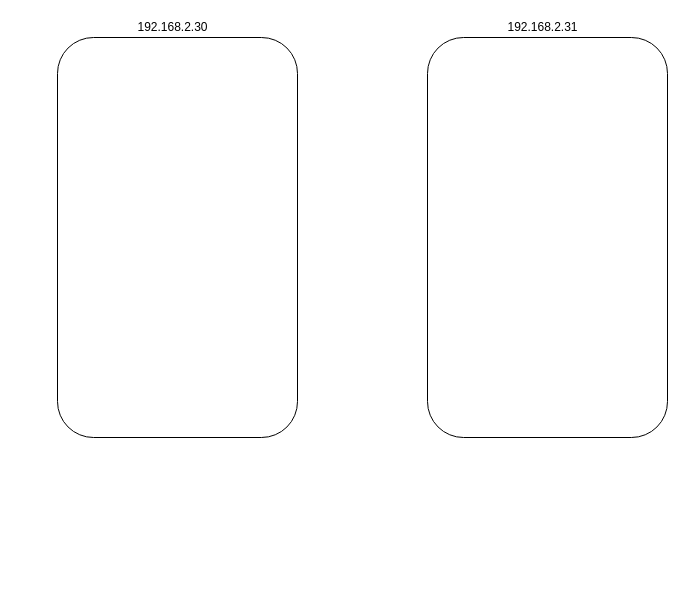
This is 未命名绘图.drawio from a2398936046/test, a draw.io file, before an edit. Source tidied: cells renumbered, new cells numbered last; positions are measured from the earlier drawing's top-left corner, leaving out a move shared by most shapes. Both pictures are drawn from the tidied source at 100%, with x=0, y=0 at pixel (57, 17).
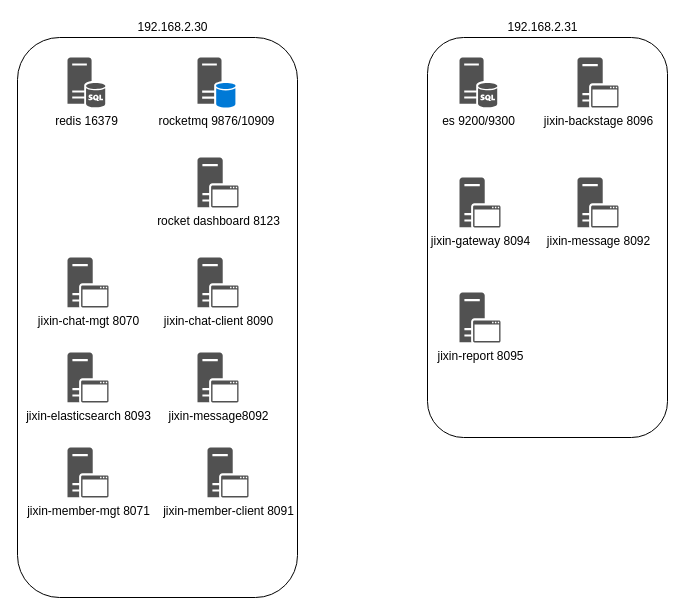
The same page after the edit.

Commit message:
更新未命名绘图.drawio

Diff of the diagram source:
```diff
@@
 <mxGraphModel>
   <root>
     <mxCell id="0" />
     <mxCell id="1" parent="0" />
     <mxCell id="2" style="rounded=1;whiteSpace=wrap;html=1;" parent="1" vertex="1">
-      <mxGeometry y="20" width="240" height="400" as="geometry" />
+      <mxGeometry x="-40" y="20" width="280" height="560" as="geometry" />
     </mxCell>
     <mxCell id="3" value="192.168.2.30" style="text;html=1;align=center;verticalAlign=middle;strokeColor=none;fillColor=none;" parent="1" vertex="1">
       <mxGeometry x="70" width="90" height="20" as="geometry" />
     </mxCell>
     <mxCell id="4" style="rounded=1;whiteSpace=wrap;html=1;" parent="1" vertex="1">
       <mxGeometry x="370" y="20" width="240" height="400" as="geometry" />
     </mxCell>
     <mxCell id="5" value="192.168.2.31" style="text;html=1;align=center;verticalAlign=middle;strokeColor=none;fillColor=none;" parent="1" vertex="1">
       <mxGeometry x="440" width="90" height="20" as="geometry" />
     </mxCell>
+    <mxCell id="6" value="redis 16379" style="sketch=0;shadow=0;dashed=0;html=1;strokeColor=none;labelPosition=center;verticalLabelPosition=bottom;verticalAlign=top;align=center;fillColor=#515151;shape=mxgraph.mscae.system_center.central_administration_site_sql;" parent="1" vertex="1">
+      <mxGeometry x="10" y="40" width="38" height="50" as="geometry" />
+    </mxCell>
+    <mxCell id="7" value="es 9200/9300" style="sketch=0;shadow=0;dashed=0;html=1;strokeColor=none;labelPosition=center;verticalLabelPosition=bottom;verticalAlign=top;align=center;fillColor=#515151;shape=mxgraph.mscae.system_center.central_administration_site_sql;" parent="1" vertex="1">
+      <mxGeometry x="402" y="40" width="38" height="50" as="geometry" />
+    </mxCell>
+    <mxCell id="8" value="rocketmq 9876/10909" style="sketch=0;shadow=0;dashed=0;html=1;strokeColor=none;labelPosition=center;verticalLabelPosition=bottom;verticalAlign=top;align=center;fillColor=#515151;shape=mxgraph.mscae.system_center.primary_site;" parent="1" vertex="1">
+      <mxGeometry x="140" y="40" width="38" height="50" as="geometry" />
+    </mxCell>
+    <mxCell id="9" value="rocket dashboard 8123&lt;br&gt;" style="sketch=0;shadow=0;dashed=0;html=1;strokeColor=none;labelPosition=center;verticalLabelPosition=bottom;verticalAlign=top;align=center;fillColor=#515151;shape=mxgraph.mscae.system_center.secondary_site;" parent="1" vertex="1">
+      <mxGeometry x="140" y="140" width="41" height="50" as="geometry" />
+    </mxCell>
+    <mxCell id="10" value="jixin-chat-client&amp;nbsp;8090" style="sketch=0;shadow=0;dashed=0;html=1;strokeColor=none;labelPosition=center;verticalLabelPosition=bottom;verticalAlign=top;align=center;fillColor=#515151;shape=mxgraph.mscae.system_center.secondary_site;" parent="1" vertex="1">
+      <mxGeometry x="140" y="240" width="41" height="50" as="geometry" />
+    </mxCell>
+    <mxCell id="11" value="jixin-chat-mgt&amp;nbsp;8070" style="sketch=0;shadow=0;dashed=0;html=1;strokeColor=none;labelPosition=center;verticalLabelPosition=bottom;verticalAlign=top;align=center;fillColor=#515151;shape=mxgraph.mscae.system_center.secondary_site;" parent="1" vertex="1">
+      <mxGeometry x="10" y="240" width="41" height="50" as="geometry" />
+    </mxCell>
+    <mxCell id="12" value="jixin-elasticsearch&amp;nbsp;8093" style="sketch=0;shadow=0;dashed=0;html=1;strokeColor=none;labelPosition=center;verticalLabelPosition=bottom;verticalAlign=top;align=center;fillColor=#515151;shape=mxgraph.mscae.system_center.secondary_site;" parent="1" vertex="1">
+      <mxGeometry x="10" y="335" width="41" height="50" as="geometry" />
+    </mxCell>
+    <mxCell id="13" value="jixin-member-client&amp;nbsp;8091" style="sketch=0;shadow=0;dashed=0;html=1;strokeColor=none;labelPosition=center;verticalLabelPosition=bottom;verticalAlign=top;align=center;fillColor=#515151;shape=mxgraph.mscae.system_center.secondary_site;" parent="1" vertex="1">
+      <mxGeometry x="150" y="430" width="41" height="50" as="geometry" />
+    </mxCell>
+    <mxCell id="14" value="jixin-member-mgt&amp;nbsp;8071" style="sketch=0;shadow=0;dashed=0;html=1;strokeColor=none;labelPosition=center;verticalLabelPosition=bottom;verticalAlign=top;align=center;fillColor=#515151;shape=mxgraph.mscae.system_center.secondary_site;" parent="1" vertex="1">
+      <mxGeometry x="10" y="430" width="41" height="50" as="geometry" />
+    </mxCell>
+    <mxCell id="15" value="jixin-message8092" style="sketch=0;shadow=0;dashed=0;html=1;strokeColor=none;labelPosition=center;verticalLabelPosition=bottom;verticalAlign=top;align=center;fillColor=#515151;shape=mxgraph.mscae.system_center.secondary_site;" parent="1" vertex="1">
+      <mxGeometry x="140" y="335" width="41" height="50" as="geometry" />
+    </mxCell>
+    <mxCell id="16" value="jixin-backstage 8096" style="sketch=0;shadow=0;dashed=0;html=1;strokeColor=none;labelPosition=center;verticalLabelPosition=bottom;verticalAlign=top;align=center;fillColor=#515151;shape=mxgraph.mscae.system_center.secondary_site;" parent="1" vertex="1">
+      <mxGeometry x="520" y="40" width="41" height="50" as="geometry" />
+    </mxCell>
+    <mxCell id="17" value="jixin-gateway 8094" style="sketch=0;shadow=0;dashed=0;html=1;strokeColor=none;labelPosition=center;verticalLabelPosition=bottom;verticalAlign=top;align=center;fillColor=#515151;shape=mxgraph.mscae.system_center.secondary_site;" parent="1" vertex="1">
+      <mxGeometry x="402" y="160" width="41" height="50" as="geometry" />
+    </mxCell>
+    <mxCell id="18" value="jixin-message&amp;nbsp;8092" style="sketch=0;shadow=0;dashed=0;html=1;strokeColor=none;labelPosition=center;verticalLabelPosition=bottom;verticalAlign=top;align=center;fillColor=#515151;shape=mxgraph.mscae.system_center.secondary_site;" parent="1" vertex="1">
+      <mxGeometry x="520" y="160" width="41" height="50" as="geometry" />
+    </mxCell>
+    <mxCell id="19" value="jixin-report&amp;nbsp;8095" style="sketch=0;shadow=0;dashed=0;html=1;strokeColor=none;labelPosition=center;verticalLabelPosition=bottom;verticalAlign=top;align=center;fillColor=#515151;shape=mxgraph.mscae.system_center.secondary_site;" parent="1" vertex="1">
+      <mxGeometry x="402" y="275" width="41" height="50" as="geometry" />
+    </mxCell>
   </root>
 </mxGraphModel>
```
